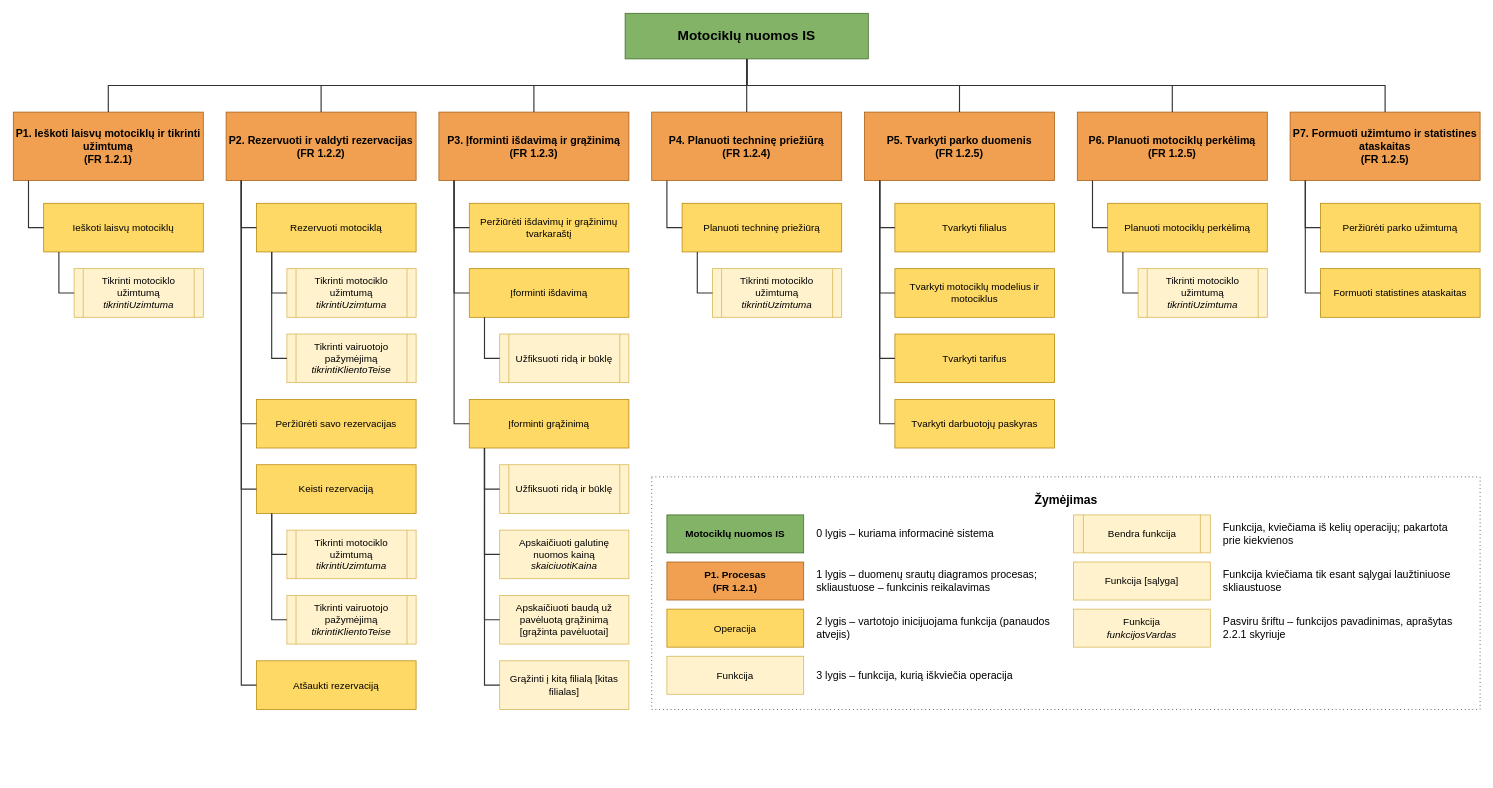
Above: artefaktai/11-strukturine-schema.drawio in dimabreeze/VU-IGDS-GrupineUzduotis (draw.io), before the change. Source tidied: cells renumbered, new cells numbered last; positions are measured from the earlier drawing's top-left corner, leaving out a move shared by most shapes. Both pictures are drawn from the tidied source at 76%, with x=0, y=0 at pixel (13, 13).
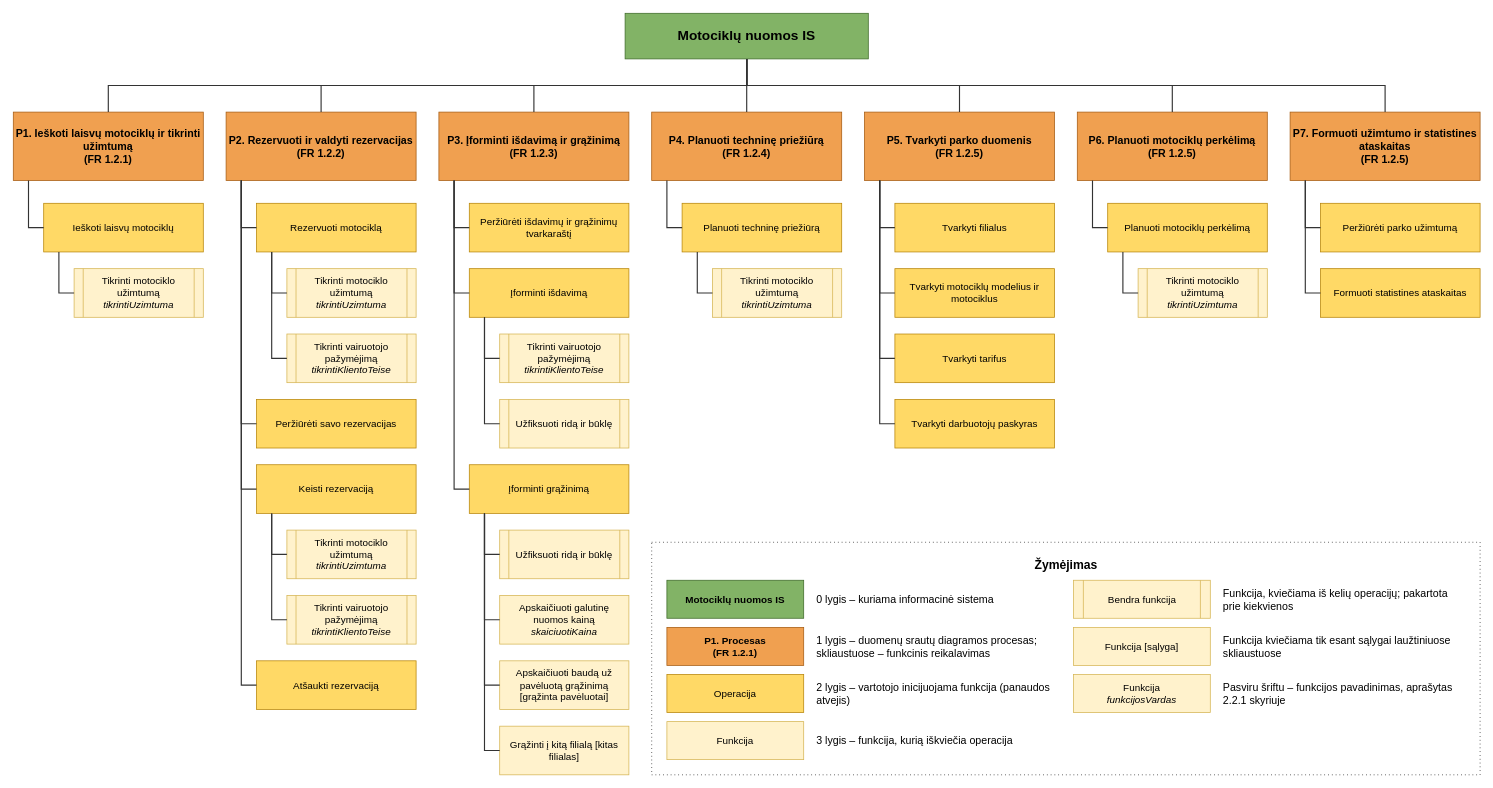
Above is the later version.

Unchanged cells that the change refers to:
```xml
<mxCell id="27" value="P3. Įforminti išdavimą ir grąžinimą&lt;br&gt;(FR 1.2.3)" style="rounded=0;whiteSpace=wrap;html=1;fontColor=#000000;fillColor=#f0a050;strokeColor=#a65c13;fontSize=14;fontStyle=1;" parent="1" vertex="1">
  <mxGeometry x="560" y="130" width="250" height="90" as="geometry" />
</mxCell>
<mxCell id="31" value="Įforminti išdavimą" style="rounded=0;whiteSpace=wrap;html=1;fontColor=#000000;fillColor=#ffd966;strokeColor=#b8860b;fontSize=13;" parent="1" vertex="1">
  <mxGeometry x="600" y="336" width="210" height="64" as="geometry" />
</mxCell>
```

The edit, as a diff of the source:
```diff
@@
+    <mxCell id="89" value="Tikrinti vairuotojo pažymėjimą&lt;br&gt;&lt;i&gt;tikrintiKlientoTeise&lt;/i&gt;" style="rounded=0;whiteSpace=wrap;html=1;fontColor=#000000;fillColor=#fff2cc;strokeColor=#d6b656;fontSize=13;shape=process;size=0.07;backgroundOutline=1;" parent="1" vertex="1">
+      <mxGeometry x="640" y="422" width="170" height="64" as="geometry" />
+    </mxCell>
+    <mxCell id="90" style="edgeStyle=none;html=1;endArrow=none;startArrow=none;rounded=0;strokeColor=#333333;strokeWidth=1.5;exitX=0.0952;exitY=1;exitDx=0;exitDy=0;entryX=0;entryY=0.5;entryDx=0;entryDy=0;" parent="1" edge="1" source="31" target="89">
+      <mxGeometry relative="1" as="geometry">
+        <Array as="points">
+          <mxPoint x="620" y="454" />
+        </Array>
+      </mxGeometry>
+    </mxCell>
     <mxCell id="33" value="Užfiksuoti ridą ir būklę" style="rounded=0;whiteSpace=wrap;html=1;fontColor=#000000;fillColor=#fff2cc;strokeColor=#d6b656;fontSize=13;shape=process;size=0.07;backgroundOutline=1;" parent="1" vertex="1">
-      <mxGeometry x="640" y="422" width="170" height="64" as="geometry" />
+      <mxGeometry x="640" y="508" width="170" height="64" as="geometry" />
     </mxCell>
     <mxCell id="34" style="edgeStyle=none;html=1;endArrow=none;startArrow=none;rounded=0;strokeColor=#333333;strokeWidth=1.5;exitX=0.0952;exitY=1;exitDx=0;exitDy=0;entryX=0;entryY=0.5;entryDx=0;entryDy=0;" parent="1" edge="1" source="31" target="33">
       <mxGeometry relative="1" as="geometry">
         <Array as="points">
-          <mxPoint x="620" y="454" />
+          <mxPoint x="620" y="540" />
         </Array>
       </mxGeometry>
     </mxCell>
     <mxCell id="35" value="Įforminti grąžinimą" style="rounded=0;whiteSpace=wrap;html=1;fontColor=#000000;fillColor=#ffd966;strokeColor=#b8860b;fontSize=13;" parent="1" vertex="1">
-      <mxGeometry x="600" y="508" width="210" height="64" as="geometry" />
+      <mxGeometry x="600" y="594" width="210" height="64" as="geometry" />
     </mxCell>
     <mxCell id="36" style="edgeStyle=none;html=1;endArrow=none;startArrow=none;rounded=0;strokeColor=#333333;strokeWidth=1.5;exitX=0.0800;exitY=1;exitDx=0;exitDy=0;entryX=0;entryY=0.5;entryDx=0;entryDy=0;" parent="1" edge="1" source="27" target="35">
       <mxGeometry relative="1" as="geometry">
         <Array as="points">
-          <mxPoint x="580" y="540" />
+          <mxPoint x="580" y="626" />
         </Array>
       </mxGeometry>
     </mxCell>
     <mxCell id="37" value="Užfiksuoti ridą ir būklę" style="rounded=0;whiteSpace=wrap;html=1;fontColor=#000000;fillColor=#fff2cc;strokeColor=#d6b656;fontSize=13;shape=process;size=0.07;backgroundOutline=1;" parent="1" vertex="1">
-      <mxGeometry x="640" y="594" width="170" height="64" as="geometry" />
+      <mxGeometry x="640" y="680" width="170" height="64" as="geometry" />
     </mxCell>
     <mxCell id="38" style="edgeStyle=none;html=1;endArrow=none;startArrow=none;rounded=0;strokeColor=#333333;strokeWidth=1.5;exitX=0.0952;exitY=1;exitDx=0;exitDy=0;entryX=0;entryY=0.5;entryDx=0;entryDy=0;" parent="1" edge="1" source="35" target="37">
       <mxGeometry relative="1" as="geometry">
         <Array as="points">
-          <mxPoint x="620" y="626" />
+          <mxPoint x="620" y="712" />
         </Array>
       </mxGeometry>
     </mxCell>
     <mxCell id="39" value="Apskaičiuoti galutinę nuomos kainą&lt;br&gt;&lt;i&gt;skaiciuotiKaina&lt;/i&gt;" style="rounded=0;whiteSpace=wrap;html=1;fontColor=#000000;fillColor=#fff2cc;strokeColor=#d6b656;fontSize=13;" parent="1" vertex="1">
-      <mxGeometry x="640" y="680" width="170" height="64" as="geometry" />
+      <mxGeometry x="640" y="766" width="170" height="64" as="geometry" />
     </mxCell>
     <mxCell id="40" style="edgeStyle=none;html=1;endArrow=none;startArrow=none;rounded=0;strokeColor=#333333;strokeWidth=1.5;exitX=0.0952;exitY=1;exitDx=0;exitDy=0;entryX=0;entryY=0.5;entryDx=0;entryDy=0;" parent="1" edge="1" source="35" target="39">
       <mxGeometry relative="1" as="geometry">
         <Array as="points">
-          <mxPoint x="620" y="712" />
+          <mxPoint x="620" y="798" />
         </Array>
       </mxGeometry>
     </mxCell>
     <mxCell id="41" value="Apskaičiuoti baudą už pavėluotą grąžinimą [grąžinta pavėluotai]" style="rounded=0;whiteSpace=wrap;html=1;fontColor=#000000;fillColor=#fff2cc;strokeColor=#d6b656;fontSize=13;" parent="1" vertex="1">
-      <mxGeometry x="640" y="766" width="170" height="64" as="geometry" />
+      <mxGeometry x="640" y="852" width="170" height="64" as="geometry" />
     </mxCell>
     <mxCell id="42" style="edgeStyle=none;html=1;endArrow=none;startArrow=none;rounded=0;strokeColor=#333333;strokeWidth=1.5;exitX=0.0952;exitY=1;exitDx=0;exitDy=0;entryX=0;entryY=0.5;entryDx=0;entryDy=0;" parent="1" edge="1" source="35" target="41">
       <mxGeometry relative="1" as="geometry">
         <Array as="points">
-          <mxPoint x="620" y="798" />
+          <mxPoint x="620" y="884" />
         </Array>
       </mxGeometry>
     </mxCell>
     <mxCell id="43" value="Grąžinti į kitą filialą [kitas filialas]" style="rounded=0;whiteSpace=wrap;html=1;fontColor=#000000;fillColor=#fff2cc;strokeColor=#d6b656;fontSize=13;" parent="1" vertex="1">
-      <mxGeometry x="640" y="852" width="170" height="64" as="geometry" />
+      <mxGeometry x="640" y="938" width="170" height="64" as="geometry" />
     </mxCell>
     <mxCell id="44" style="edgeStyle=none;html=1;endArrow=none;startArrow=none;rounded=0;strokeColor=#333333;strokeWidth=1.5;exitX=0.0952;exitY=1;exitDx=0;exitDy=0;entryX=0;entryY=0.5;entryDx=0;entryDy=0;" parent="1" edge="1" source="35" target="43">
       <mxGeometry relative="1" as="geometry">
         <Array as="points">
-          <mxPoint x="620" y="884" />
+          <mxPoint x="620" y="970" />
         </Array>
       </mxGeometry>
     </mxCell>
@@
     <mxCell id="73" style="rounded=0;whiteSpace=wrap;html=1;fillColor=none;dashed=1;dashPattern=1 4;" parent="1" vertex="1">
-      <mxGeometry x="840" y="610" width="1090" height="306" as="geometry" />
+      <mxGeometry x="840" y="696" width="1090" height="306" as="geometry" />
     </mxCell>
     <mxCell id="74" value="Žymėjimas" style="text;html=1;align=center;verticalAlign=middle;fontSize=16;fontStyle=1;" parent="1" vertex="1">
-      <mxGeometry x="840" y="625" width="1090" height="30" as="geometry" />
+      <mxGeometry x="840" y="711" width="1090" height="30" as="geometry" />
     </mxCell>
     <mxCell id="75" value="Motociklų nuomos IS" style="rounded=0;whiteSpace=wrap;html=1;fontColor=#000000;fillColor=#82b366;strokeColor=#3f6b2a;fontSize=13;fontStyle=1;" parent="1" vertex="1">
-      <mxGeometry x="860" y="660" width="180" height="50" as="geometry" />
+      <mxGeometry x="860" y="746" width="180" height="50" as="geometry" />
     </mxCell>
     <mxCell id="76" value="0 lygis – kuriama informacinė sistema" style="text;html=1;whiteSpace=wrap;align=left;verticalAlign=middle;fontSize=14;" parent="1" vertex="1">
-      <mxGeometry x="1055" y="660" width="320" height="50" as="geometry" />
+      <mxGeometry x="1055" y="746" width="320" height="50" as="geometry" />
     </mxCell>
     <mxCell id="77" value="P1. Procesas&lt;br&gt;(FR 1.2.1)" style="rounded=0;whiteSpace=wrap;html=1;fontColor=#000000;fillColor=#f0a050;strokeColor=#a65c13;fontSize=13;fontStyle=1;" parent="1" vertex="1">
-      <mxGeometry x="860" y="722" width="180" height="50" as="geometry" />
+      <mxGeometry x="860" y="808" width="180" height="50" as="geometry" />
     </mxCell>
     <mxCell id="78" value="1 lygis – duomenų srautų diagramos procesas; skliaustuose – funkcinis reikalavimas" style="text;html=1;whiteSpace=wrap;align=left;verticalAlign=middle;fontSize=14;" parent="1" vertex="1">
-      <mxGeometry x="1055" y="722" width="320" height="50" as="geometry" />
+      <mxGeometry x="1055" y="808" width="320" height="50" as="geometry" />
     </mxCell>
     <mxCell id="79" value="Operacija" style="rounded=0;whiteSpace=wrap;html=1;fontColor=#000000;fillColor=#ffd966;strokeColor=#b8860b;fontSize=13;" parent="1" vertex="1">
-      <mxGeometry x="860" y="784" width="180" height="50" as="geometry" />
+      <mxGeometry x="860" y="870" width="180" height="50" as="geometry" />
     </mxCell>
     <mxCell id="80" value="2 lygis – vartotojo inicijuojama funkcija (panaudos atvejis)" style="text;html=1;whiteSpace=wrap;align=left;verticalAlign=middle;fontSize=14;" parent="1" vertex="1">
-      <mxGeometry x="1055" y="784" width="320" height="50" as="geometry" />
+      <mxGeometry x="1055" y="870" width="320" height="50" as="geometry" />
     </mxCell>
     <mxCell id="81" value="Funkcija" style="rounded=0;whiteSpace=wrap;html=1;fontColor=#000000;fillColor=#fff2cc;strokeColor=#d6b656;fontSize=13;" parent="1" vertex="1">
-      <mxGeometry x="860" y="846" width="180" height="50" as="geometry" />
+      <mxGeometry x="860" y="932" width="180" height="50" as="geometry" />
     </mxCell>
     <mxCell id="82" value="3 lygis – funkcija, kurią iškviečia operacija" style="text;html=1;whiteSpace=wrap;align=left;verticalAlign=middle;fontSize=14;" parent="1" vertex="1">
-      <mxGeometry x="1055" y="846" width="320" height="50" as="geometry" />
+      <mxGeometry x="1055" y="932" width="320" height="50" as="geometry" />
     </mxCell>
     <mxCell id="83" value="Bendra funkcija" style="rounded=0;whiteSpace=wrap;html=1;fontColor=#000000;fillColor=#fff2cc;strokeColor=#d6b656;fontSize=13;shape=process;size=0.07;backgroundOutline=1;" parent="1" vertex="1">
-      <mxGeometry x="1395" y="660" width="180" height="50" as="geometry" />
+      <mxGeometry x="1395" y="746" width="180" height="50" as="geometry" />
     </mxCell>
     <mxCell id="84" value="Funkcija, kviečiama iš kelių operacijų; pakartota prie kiekvienos" style="text;html=1;whiteSpace=wrap;align=left;verticalAlign=middle;fontSize=14;" parent="1" vertex="1">
-      <mxGeometry x="1590" y="660" width="320" height="50" as="geometry" />
+      <mxGeometry x="1590" y="746" width="320" height="50" as="geometry" />
     </mxCell>
     <mxCell id="85" value="Funkcija [sąlyga]" style="rounded=0;whiteSpace=wrap;html=1;fontColor=#000000;fillColor=#fff2cc;strokeColor=#d6b656;fontSize=13;" parent="1" vertex="1">
-      <mxGeometry x="1395" y="722" width="180" height="50" as="geometry" />
+      <mxGeometry x="1395" y="808" width="180" height="50" as="geometry" />
     </mxCell>
     <mxCell id="86" value="Funkcija kviečiama tik esant sąlygai laužtiniuose skliaustuose" style="text;html=1;whiteSpace=wrap;align=left;verticalAlign=middle;fontSize=14;" parent="1" vertex="1">
-      <mxGeometry x="1590" y="722" width="320" height="50" as="geometry" />
+      <mxGeometry x="1590" y="808" width="320" height="50" as="geometry" />
     </mxCell>
     <mxCell id="87" value="Funkcija&lt;br&gt;&lt;i&gt;funkcijosVardas&lt;/i&gt;" style="rounded=0;whiteSpace=wrap;html=1;fontColor=#000000;fillColor=#fff2cc;strokeColor=#d6b656;fontSize=13;" parent="1" vertex="1">
-      <mxGeometry x="1395" y="784" width="180" height="50" as="geometry" />
+      <mxGeometry x="1395" y="870" width="180" height="50" as="geometry" />
     </mxCell>
     <mxCell id="88" value="Pasviru šriftu – funkcijos pavadinimas, aprašytas 2.2.1 skyriuje" style="text;html=1;whiteSpace=wrap;align=left;verticalAlign=middle;fontSize=14;" parent="1" vertex="1">
-      <mxGeometry x="1590" y="784" width="320" height="50" as="geometry" />
+      <mxGeometry x="1590" y="870" width="320" height="50" as="geometry" />
     </mxCell>
```
